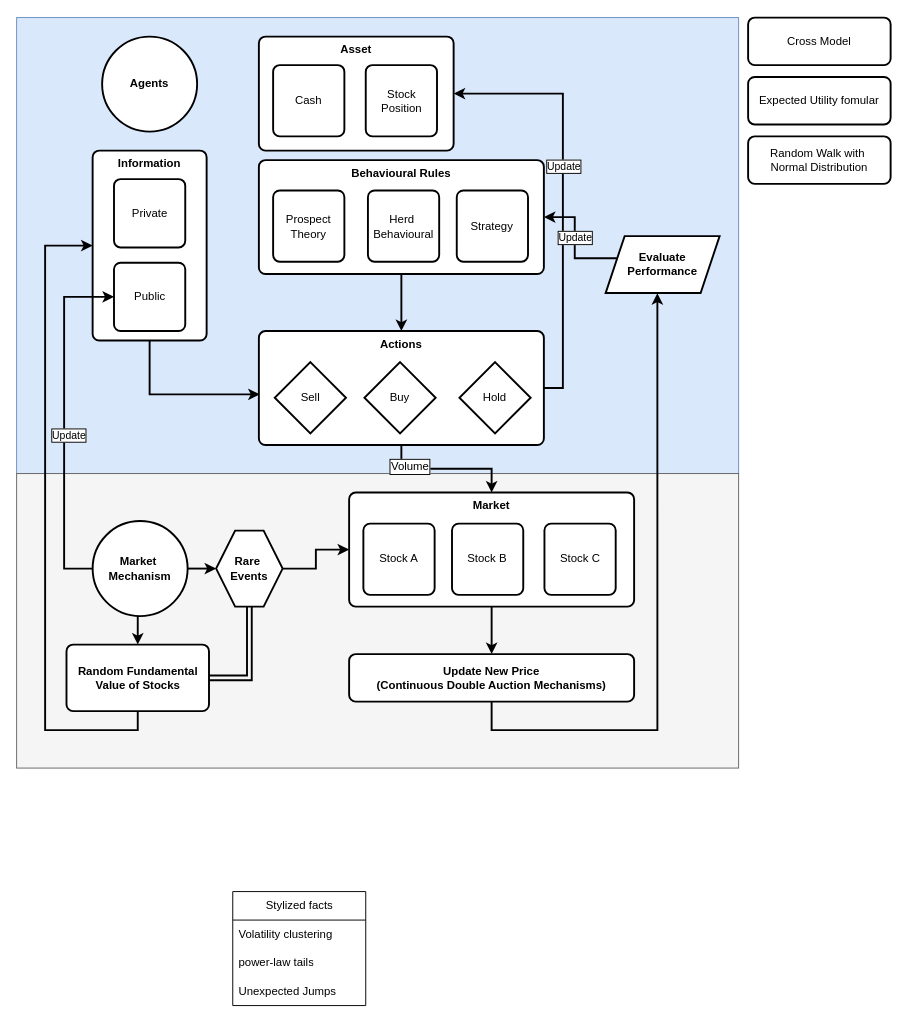
JustSimpleLucas/agent-based-modelling-behavioural-fianance keeps this draw.io diagram as Untitled Diagram.drawio. Above is the earlier version. Source tidied: cells renumbered, new cells numbered last; positions are measured from the earlier drawing's top-left corner, leaving out a move shared by most shapes. Both pictures are drawn from the tidied source at 95%, with x=0, y=0 at pixel (16, 17).
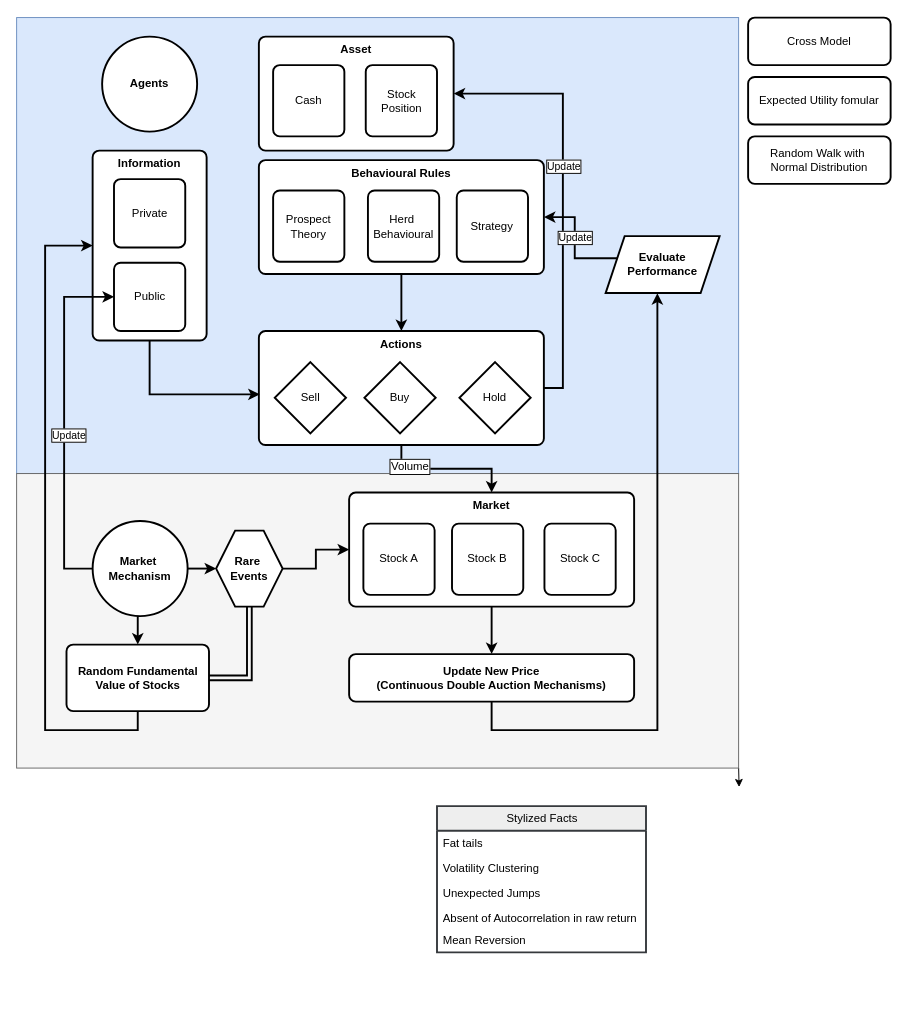
The same page after the edit.

The change refers to these unchanged cells:
```xml
<mxCell id="5" style="rounded=0;whiteSpace=wrap;html=1;fillColor=#f5f5f5;strokeColor=#666666;fontColor=#333333;" parent="1" vertex="1">
  <mxGeometry y="480" width="760" height="310" as="geometry" />
</mxCell>
```

Change to the diagram source:
```diff
@@
+    <mxCell id="58" style="edgeStyle=orthogonalEdgeStyle;rounded=0;jettySize=auto;html=1;exitX=1;exitY=1;exitDx=0;exitDy=0;" parent="1" edge="1" source="5">
+      <mxGeometry relative="1" as="geometry">
+        <mxPoint x="760.5" y="810" as="targetPoint" />
+      </mxGeometry>
+    </mxCell>
@@
-    <mxCell id="54" value="Stylized facts" style="swimlane;fontStyle=0;horizontal=1;startSize=30;whiteSpace=wrap;html=1;" parent="1" vertex="1">
-      <mxGeometry x="227.5" y="920" width="140" height="120" as="geometry" />
-    </mxCell>
-    <mxCell id="55" value="Volatility clustering" style="text;strokeColor=none;fillColor=none;align=left;verticalAlign=middle;spacingLeft=4;spacingRight=4;overflow=hidden;whiteSpace=wrap;html=1;" parent="54" vertex="1">
-      <mxGeometry y="30" width="140" height="30" as="geometry" />
-    </mxCell>
-    <mxCell id="56" value="power-law tails" style="text;strokeColor=none;fillColor=none;align=left;verticalAlign=middle;spacingLeft=4;spacingRight=4;overflow=hidden;whiteSpace=wrap;html=1;" parent="54" vertex="1">
-      <mxGeometry y="60" width="140" height="30" as="geometry" />
-    </mxCell>
+    <mxCell id="59" value="Stylized Facts" style="swimlane;fontStyle=0;horizontal=1;startSize=26;fillColor=#eeeeee;html=1;labelPadding=0;strokeWidth=2;strokeColor=#36393d;" parent="1" vertex="1">
+      <mxGeometry x="442.5" y="830" width="220" height="154" as="geometry" />
+    </mxCell>
+    <mxCell id="60" value="Fat tails" style="text;strokeColor=none;fillColor=none;align=left;verticalAlign=top;spacingLeft=4;spacingRight=4;overflow=hidden;whiteSpace=wrap;html=1;" parent="59" vertex="1">
+      <mxGeometry y="26" width="220" height="26" as="geometry" />
+    </mxCell>
+    <mxCell id="61" value="Volatility Clustering" style="text;strokeColor=none;fillColor=none;align=left;verticalAlign=top;spacingLeft=4;spacingRight=4;overflow=hidden;whiteSpace=wrap;html=1;" parent="59" vertex="1">
+      <mxGeometry y="52" width="220" height="26" as="geometry" />
+    </mxCell>
-    <mxCell id="57" value="Unexpected Jumps" style="text;strokeColor=none;fillColor=none;align=left;verticalAlign=middle;spacingLeft=4;spacingRight=4;overflow=hidden;whiteSpace=wrap;html=1;" parent="54" vertex="1">
-      <mxGeometry y="90" width="140" height="30" as="geometry" />
+    <mxCell id="57" value="Unexpected Jumps" style="text;strokeColor=none;fillColor=none;align=left;verticalAlign=top;spacingLeft=4;spacingRight=4;overflow=hidden;whiteSpace=wrap;html=1;" parent="59" vertex="1">
+      <mxGeometry y="78" width="220" height="26" as="geometry" />
     </mxCell>
+    <mxCell id="62" value="Absent of Autocorrelation in raw return" style="text;strokeColor=none;fillColor=none;align=left;verticalAlign=top;spacingLeft=4;spacingRight=4;overflow=hidden;whiteSpace=wrap;html=1;" parent="59" vertex="1">
+      <mxGeometry y="104" width="220" height="24" as="geometry" />
+    </mxCell>
+    <mxCell id="63" value="Mean Reversion" style="text;strokeColor=none;fillColor=none;align=left;verticalAlign=top;spacingLeft=4;spacingRight=4;overflow=hidden;whiteSpace=wrap;html=1;" parent="59" vertex="1">
+      <mxGeometry y="128" width="220" height="26" as="geometry" />
+    </mxCell>
```
